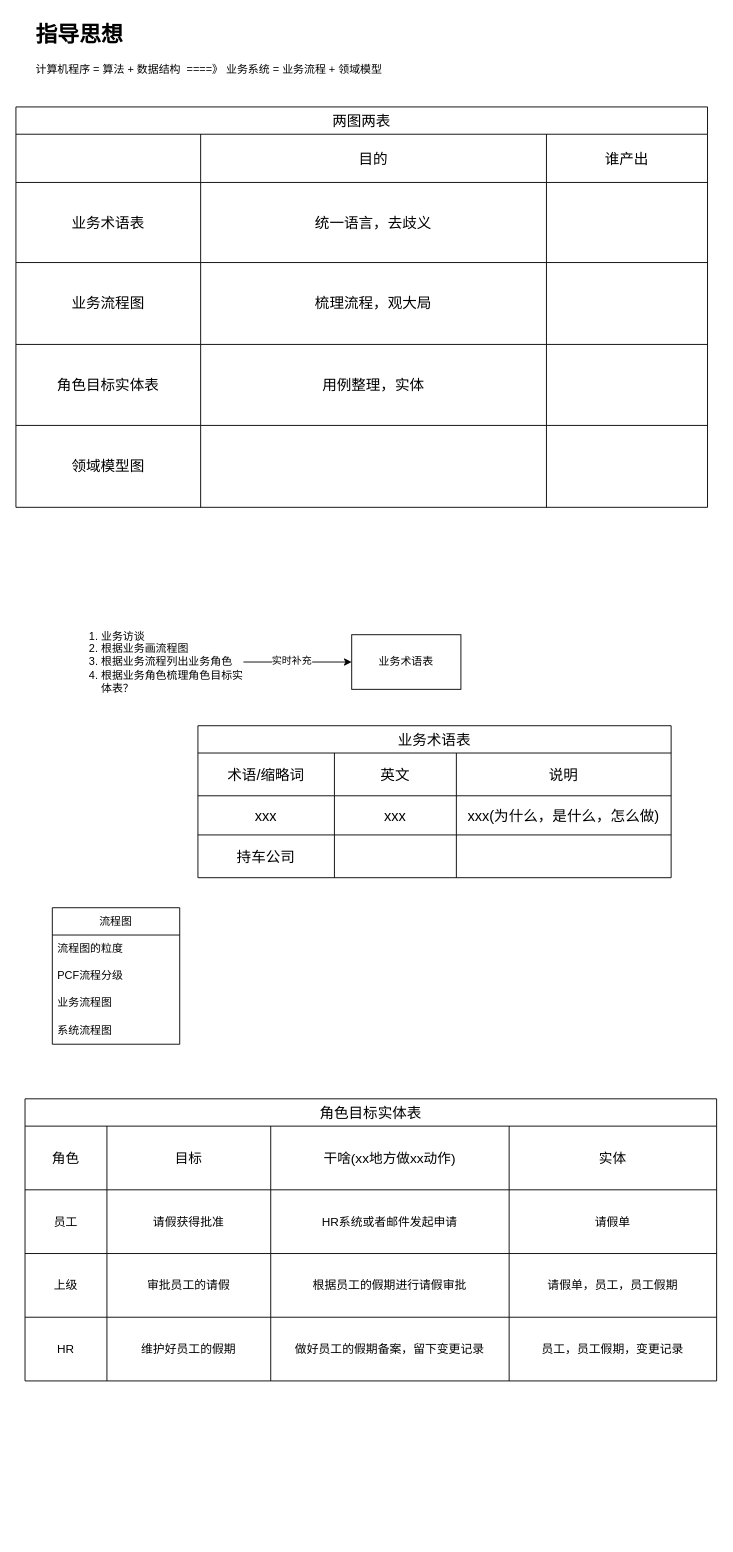
Before: 业务系统=业务流程+领域模型.drawio in XiongZen/QJReconstitution, a draw.io diagram. Source tidied: cells renumbered, new cells numbered last; positions are measured from the earlier drawing's top-left corner, leaving out a move shared by most shapes. Both pictures are drawn from the tidied source at 91%, with x=0, y=0 at pixel (15, 15).
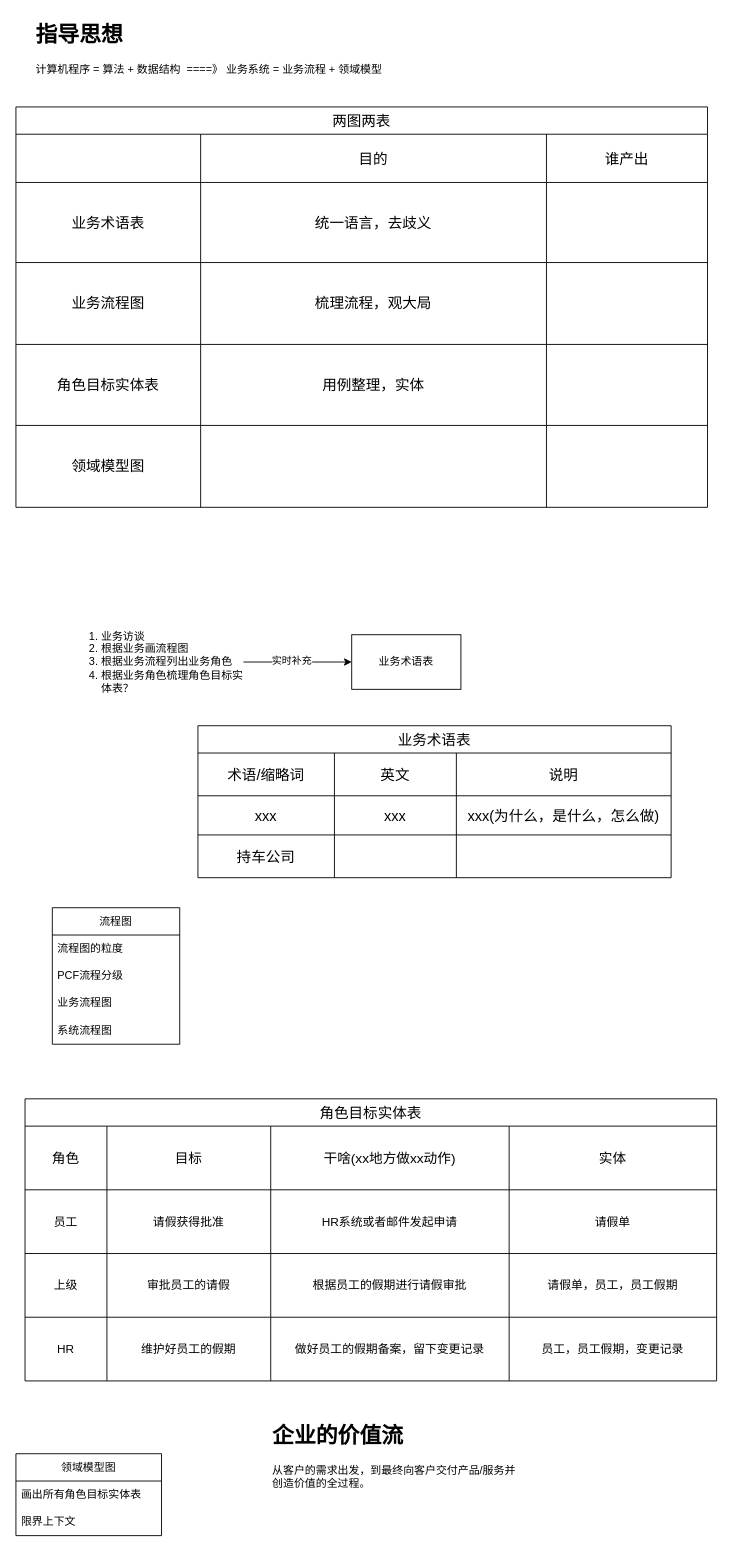
After the change.

Commit message (it also covers changes not shown here):
Update 业务系统=业务流程+领域模型.drawio

Diff of the diagram source:
```diff
@@
+    <mxCell id="68" value="领域模型图" style="swimlane;fontStyle=0;horizontal=1;startSize=30;whiteSpace=wrap;html=1;" parent="1" vertex="1">
+      <mxGeometry y="1580" width="160" height="90" as="geometry" />
+    </mxCell>
+    <mxCell id="69" value="画出所有角色目标实体表" style="text;strokeColor=none;fillColor=none;align=left;verticalAlign=middle;spacingLeft=4;spacingRight=4;overflow=hidden;whiteSpace=wrap;html=1;" parent="68" vertex="1">
+      <mxGeometry y="30" width="160" height="30" as="geometry" />
+    </mxCell>
+    <mxCell id="70" value="限界上下文" style="text;strokeColor=none;fillColor=none;align=left;verticalAlign=middle;spacingLeft=4;spacingRight=4;overflow=hidden;whiteSpace=wrap;html=1;" parent="68" vertex="1">
+      <mxGeometry y="60" width="160" height="30" as="geometry" />
+    </mxCell>
+    <mxCell id="71" value="&lt;h1 style=&quot;margin-top: 0px;&quot;&gt;企业的价值流&lt;/h1&gt;&lt;p&gt;从客户的需求出发，到最终向客户交付产品/服务并创造价值的全过程。&lt;/p&gt;" style="text;html=1;whiteSpace=wrap;overflow=hidden;rounded=0;" parent="1" vertex="1">
+      <mxGeometry x="280" y="1540" width="280" height="90" as="geometry" />
+    </mxCell>
```
